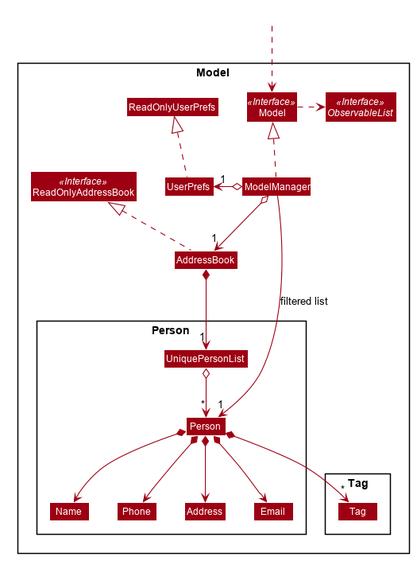
Above: docs/images/ModelClassDiagram.png in nus-cs2103-AY1920S2/addressbook-level3 (PlantUML), before the change.
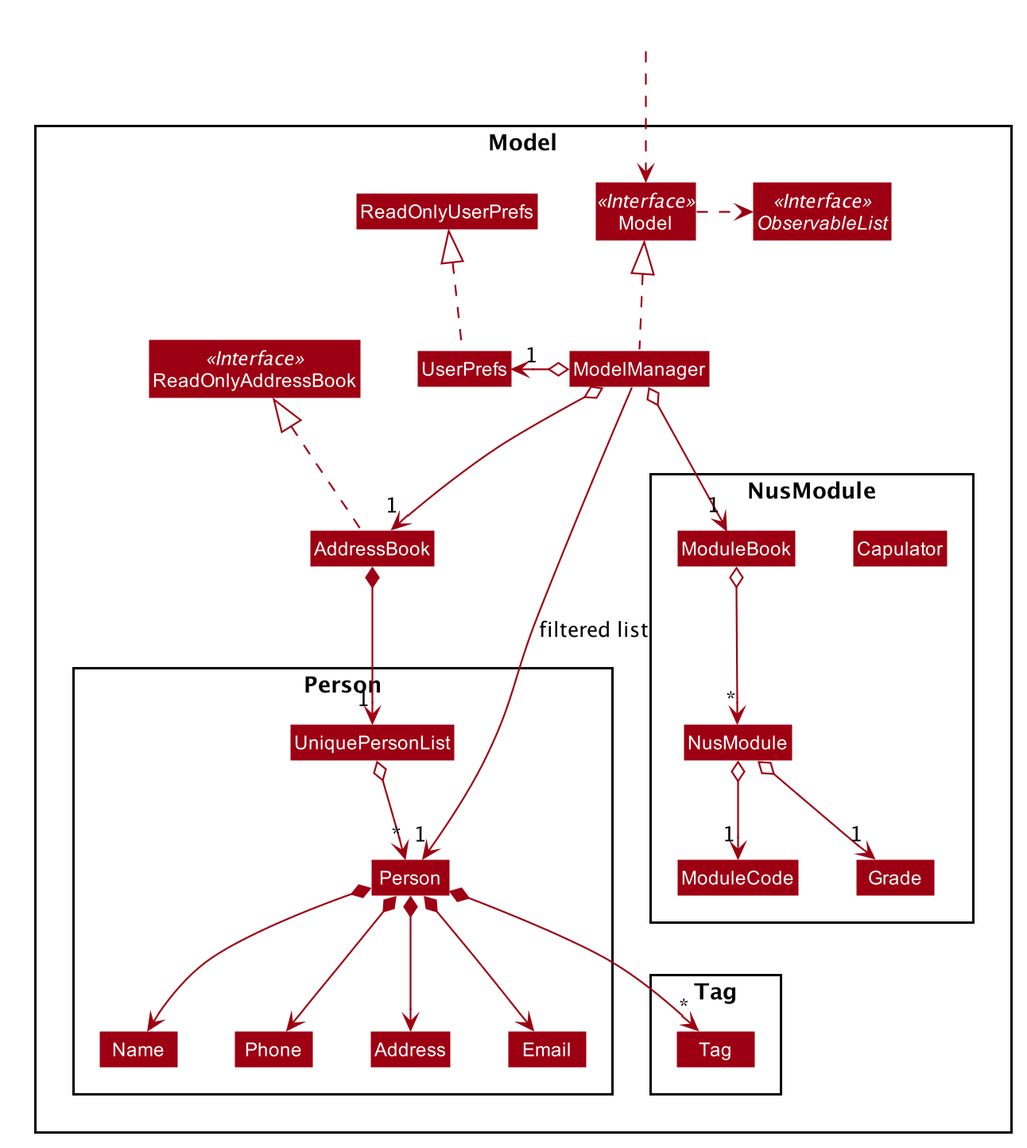
Above is the later version.

Commit message:
fix checkstyle and update png file of model class diagram

Change to the diagram source:
```diff
@@ -71,6 +71,27 @@
 Class UniquePersonList
 }
 
+Package NusModule {
+Class Capulator
+Class ModuleBook
+Class ModuleCode
+Class NusModule
+enum Grade {
+        APLUS
+        A
+        AMINUS
+        BPLUS
+        B
+        BMINUS
+        CPLUS
+        C
+        DPLUS
+        F
+        S
+        U
+    }
+}
+
 Package Tag {
 Class Tag
 }
@@ -84,6 +105,7 @@
 ModelManager .up.|> Model
 Model .right.> ObservableList
 ModelManager o--> "1" AddressBook
+ModelManager o--> "1" ModuleBook
 ModelManager o-left-> "1" UserPrefs
 UserPrefs .up.|> ReadOnlyUserPrefs
 
@@ -99,5 +121,10 @@
 Phone -[hidden]right-> Address
 Address -[hidden]right-> Email
 
+ModuleBook o--> "*" NusModule
+NusModule o--> "1" Grade
+NusModule o--> "1" ModuleCode
+ModuleCode -[hidden]right-> Grade
+
 ModelManager -->"1" Person : filtered list
 @enduml
```
